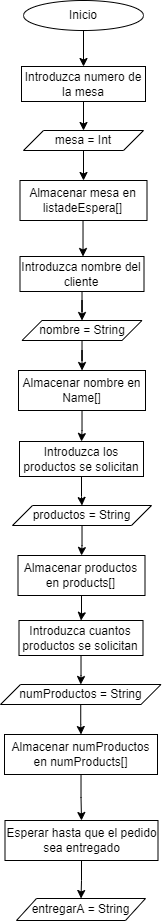
Before: Toma de pedidos.png, a diagram exported from draw.io (dasamepu/Flujo-de-funciones-para-encapsular-algoritmos). Source tidied: cells renumbered, new cells last; positions are measured from the earlier drawing's top-left corner, leaving out a move shared by most shapes.
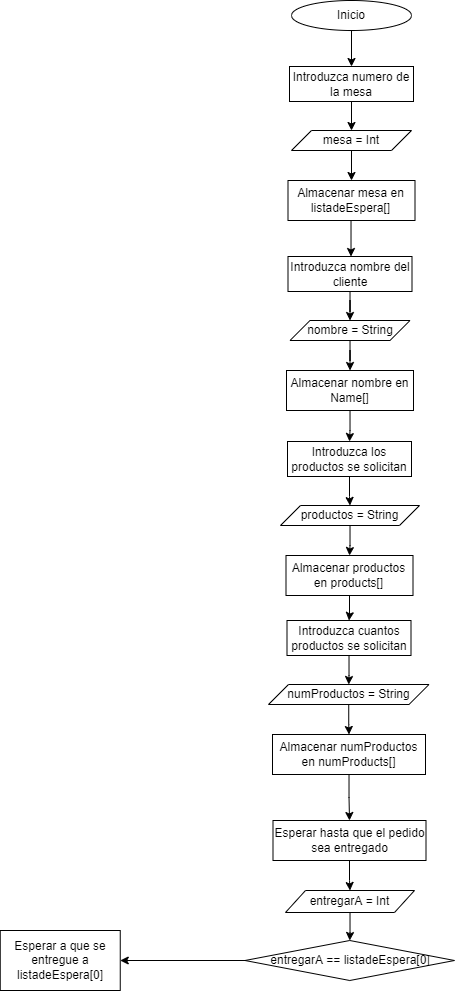
The same diagram one commit later.

What changed in the source:
```diff
@@ -89,8 +89,20 @@
     <mxCell id="29" value="Esperar hasta que el pedido sea entregado" style="whiteSpace=wrap;html=1;" parent="1" vertex="1">
       <mxGeometry x="4.5" y="820" width="153" height="40" as="geometry" />
     </mxCell>
+    <mxCell id="31" style="edgeStyle=orthogonalEdgeStyle;rounded=0;jettySize=auto;html=1;" parent="1" edge="1" source="30" target="33">
+      <mxGeometry relative="1" as="geometry" />
+    </mxCell>
-    <mxCell id="30" value="entregarA = String" style="shape=parallelogram;perimeter=parallelogramPerimeter;whiteSpace=wrap;html=1;fixedSize=1;" parent="1" vertex="1">
-      <mxGeometry x="16" y="898" width="129" height="22" as="geometry" />
+    <mxCell id="30" value="entregarA = Int" style="shape=parallelogram;perimeter=parallelogramPerimeter;whiteSpace=wrap;html=1;fixedSize=1;" parent="1" vertex="1">
+      <mxGeometry x="17" y="890" width="129" height="22" as="geometry" />
     </mxCell>
+    <mxCell id="32" style="edgeStyle=orthogonalEdgeStyle;rounded=0;jettySize=auto;html=1;" parent="1" edge="1" source="33" target="34">
+      <mxGeometry relative="1" as="geometry" />
+    </mxCell>
+    <mxCell id="33" value="entregarA == listadeEspera[0]" style="rhombus;whiteSpace=wrap;html=1;" parent="1" vertex="1">
+      <mxGeometry x="-23.5" y="940" width="209.5" height="40" as="geometry" />
+    </mxCell>
+    <mxCell id="34" value="Esperar a que se entregue a listadeEspera[0]" style="whiteSpace=wrap;html=1;" parent="1" vertex="1">
+      <mxGeometry x="-268.2" y="930" width="120" height="60" as="geometry" />
+    </mxCell>
   </root>
 </mxGraphModel>
```
